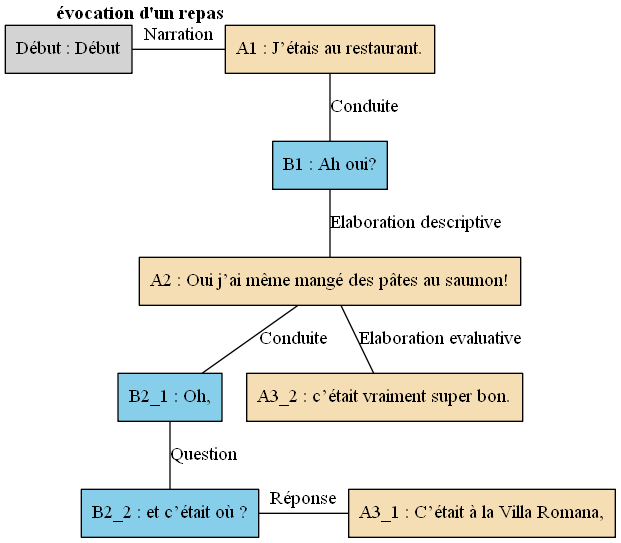
Earlier version of the Graphviz export arbres/Bac_a_sable/Bac_a_sable_-_E12.gv.png (AlaixComet/AnnotationSlamPTut). Its source is kept beside it as arbres/Bac_a_sable/Bac_a_sable_-_E12.gv.
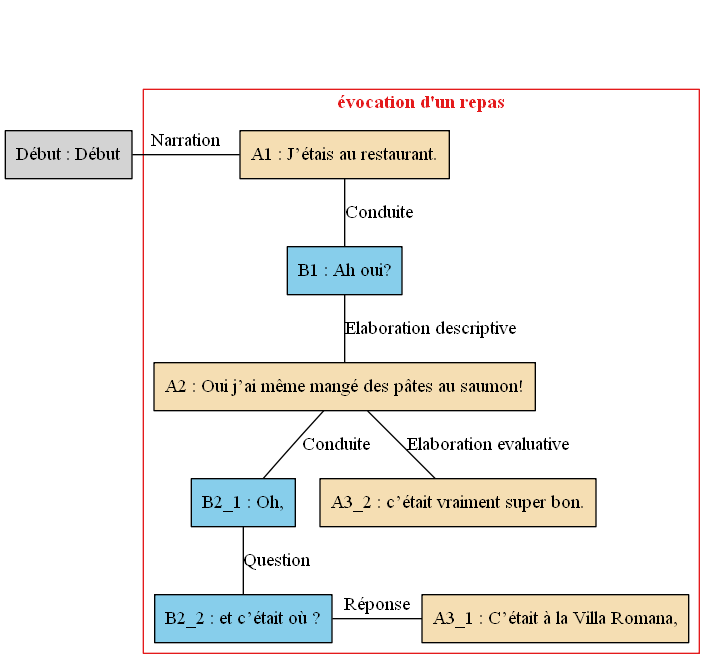
After the commit.

The edit, as a diff of the source:
```diff
@@ -1,28 +1,36 @@
 digraph E12 {
 	node [shape=box style=filled]
-	"Début" [label="Début : Début" xlabel=""]
-	A1 [label="A1 : J’étais au restaurant." fillcolor=wheat xlabel=<<B>évocation d'un repas</B>>]
-	B1 [label="B1 : Ah oui?" fillcolor=skyblue xlabel=""]
-	A2 [label="A2 : Oui j’ai même mangé des pâtes au saumon!" fillcolor=wheat xlabel=""]
-	B2_1 [label="B2_1 : Oh," fillcolor=skyblue xlabel=""]
-	B2_2 [label="B2_2 : et c’était où ?" fillcolor=skyblue xlabel=""]
-	A3_1 [label="A3_1 : C’était à la Villa Romana," fillcolor=wheat xlabel=""]
-	A3_2 [label="A3_2 : c’était vraiment super bon." fillcolor=wheat xlabel=""]
-	{
-		rank=same
-		"Début"
+	newrank=true
+	zero [style=invis]
+	"Début" [label="Début : Début"]
+	A1 [label="A1 : J’étais au restaurant." fillcolor=wheat]
+	B1 [label="B1 : Ah oui?" fillcolor=skyblue]
+	A2 [label="A2 : Oui j’ai même mangé des pâtes au saumon!" fillcolor=wheat]
+	B2_1 [label="B2_1 : Oh," fillcolor=skyblue]
+	B2_2 [label="B2_2 : et c’était où ?" fillcolor=skyblue]
+	A3_1 [label="A3_1 : C’était à la Villa Romana," fillcolor=wheat]
+	A3_2 [label="A3_2 : c’était vraiment super bon." fillcolor=wheat]
+	zero -> "Début" [label="" style=invis]
+	zero -> A1 [style=invis weight=1]
+	"Début" -> A1 [label=Narration constraint=false dir=none]
+	A1 -> B1 [label=Conduite dir=none weight=2]
+	B1 -> A2 [label="Elaboration descriptive" dir=none weight=2]
+	A2 -> B2_1 [label=Conduite dir=none weight=2]
+	B2_1 -> B2_2 [label=Question dir=none weight=2]
+	B2_1 -> A3_1 [style=invis weight=1]
+	B2_2 -> A3_1 [label="Réponse" constraint=false dir=none]
+	A2 -> A3_2 [label="Elaboration evaluative" dir=none weight=2]
+	subgraph cluster_1 {
+		label=<<B>évocation d'un repas</B>>
+		colorscheme=set19
+		color=1
+		fontcolor=1
 		A1
-		"Début" -> A1 [label=Narration dir=none]
-	}
-	A1 -> B1 [label=Conduite dir=none]
-	B1 -> A2 [label="Elaboration descriptive" dir=none]
-	A2 -> B2_1 [label=Conduite dir=none]
-	B2_1 -> B2_2 [label=Question dir=none]
-	{
-		rank=same
+		B1
+		A2
+		B2_1
 		B2_2
 		A3_1
-		B2_2 -> A3_1 [label="Réponse" dir=none]
+		A3_2
 	}
-	A2 -> A3_2 [label="Elaboration evaluative" dir=none]
 }
```
